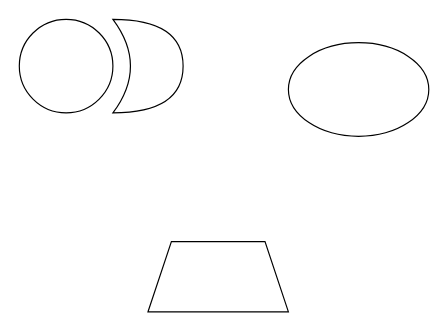
Before: use case.drawio in bakr50/abobakr, a draw.io diagram. Source tidied: cells renumbered, new cells numbered last; positions are measured from the earlier drawing's top-left corner, leaving out a move shared by most shapes. Both pictures are drawn from the tidied source at 117%, with x=0, y=0 at pixel (19, 19).
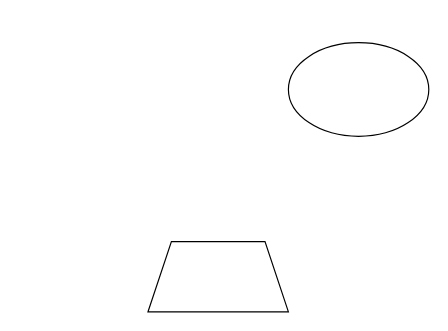
The same diagram, later.

What changed in the source:
```diff
@@
 <mxGraphModel>
   <root>
     <mxCell id="0" />
     <mxCell id="1" parent="0" />
     <mxCell id="2" style="ellipse;whiteSpace=wrap;html=1;" parent="1" vertex="1">
       <mxGeometry x="230" y="20" width="120" height="80" as="geometry" />
     </mxCell>
-    <mxCell id="3" style="ellipse;whiteSpace=wrap;html=1;" parent="1" vertex="1">
-      <mxGeometry width="80" height="80" as="geometry" />
-    </mxCell>
     <mxCell id="4" style="shape=trapezoid;perimeter=trapezoidPerimeter;whiteSpace=wrap;html=1;fixedSize=1;" parent="1" vertex="1">
       <mxGeometry x="110" y="190" width="120" height="60" as="geometry" />
     </mxCell>
-    <mxCell id="5" style="shape=xor;whiteSpace=wrap;html=1;" parent="1" vertex="1">
-      <mxGeometry x="80" width="60" height="80" as="geometry" />
-    </mxCell>
   </root>
 </mxGraphModel>
```
